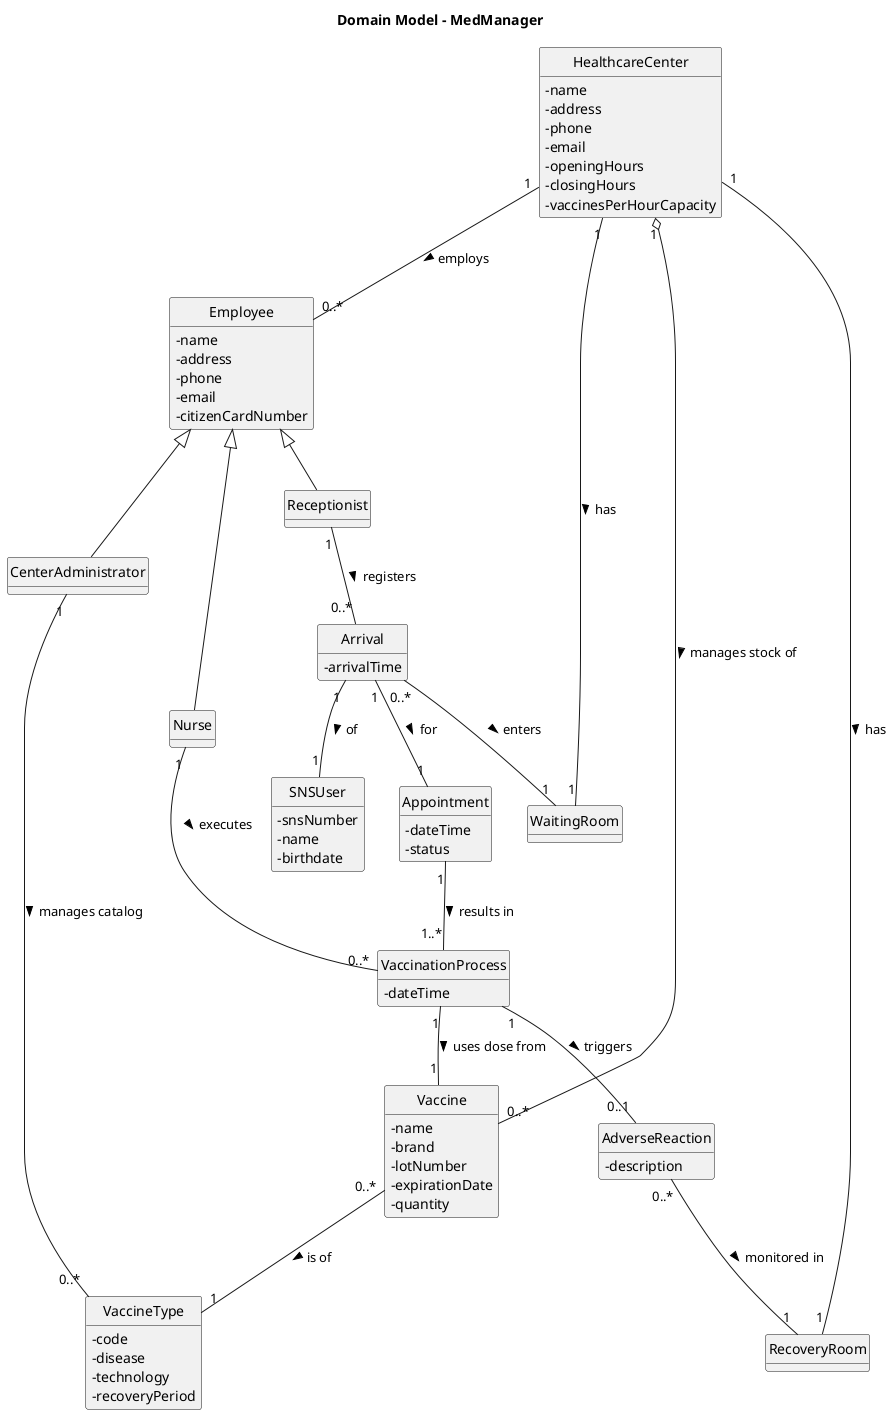
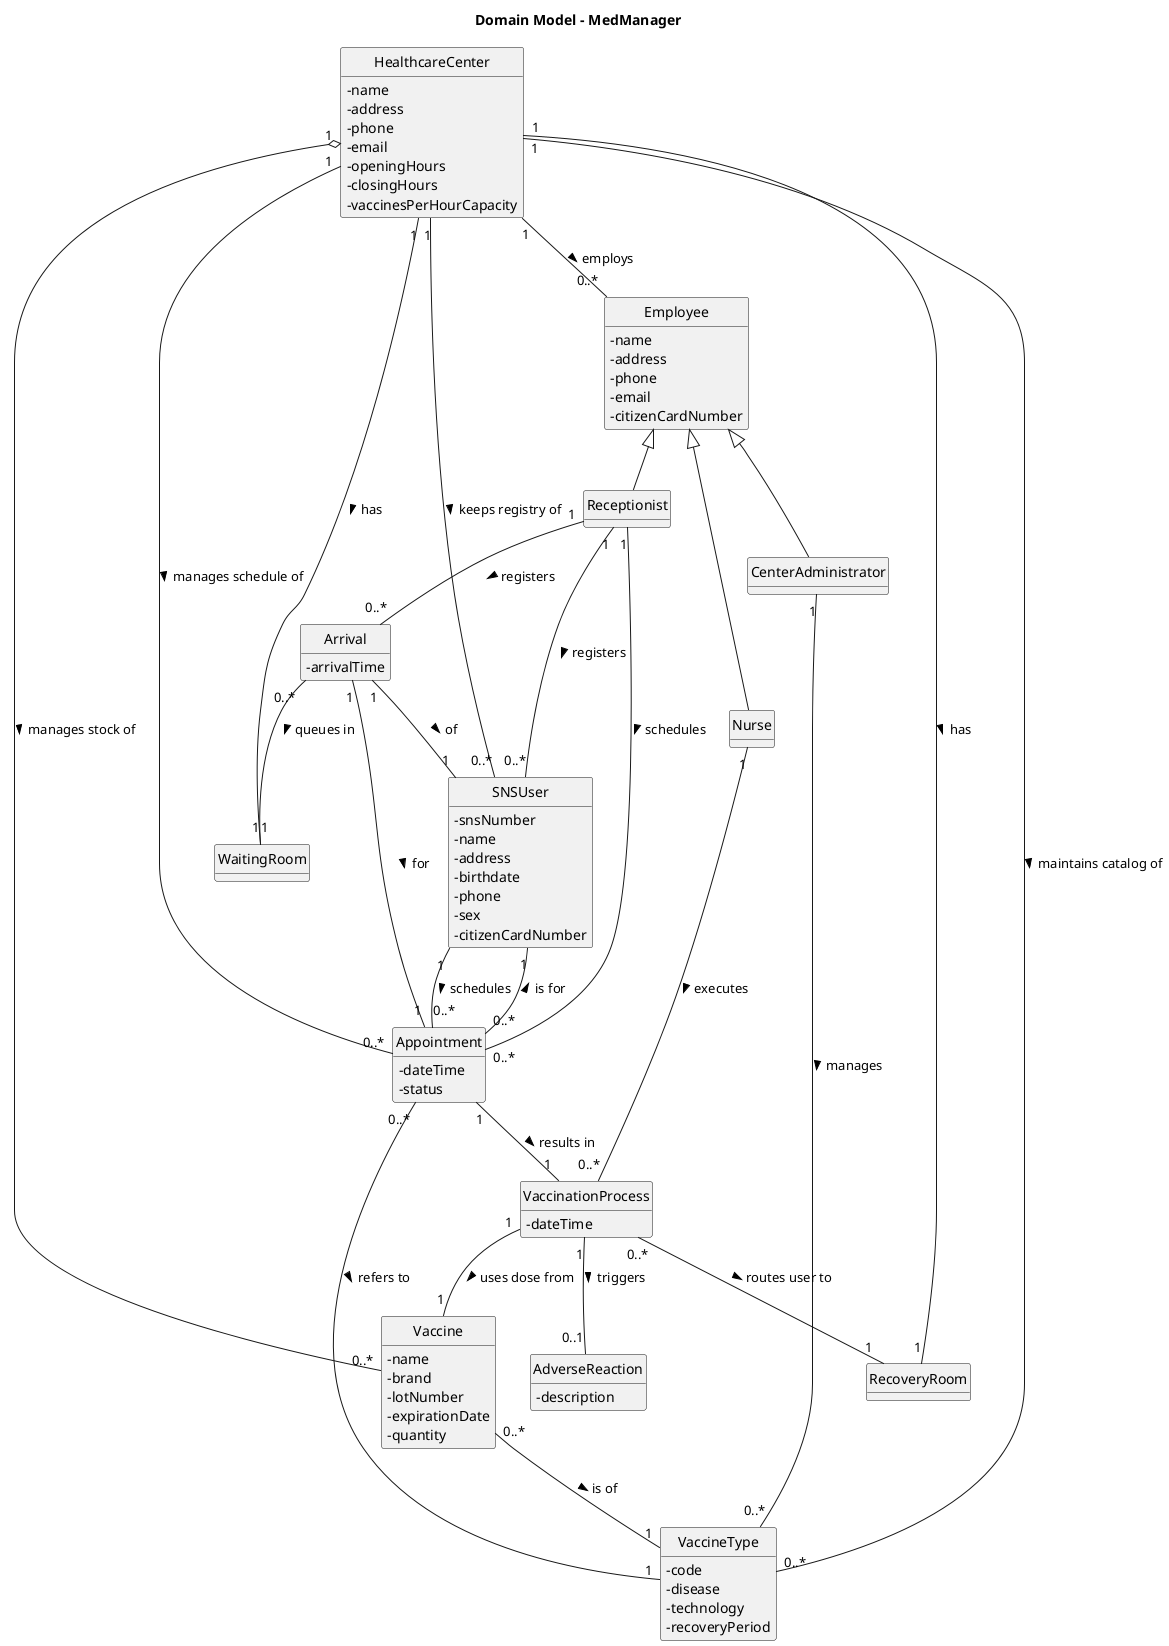
@startuml DM_MedManager_Final_Refined
title Domain Model - MedManager
skinparam classAttributeIconSize 0
hide circle
hide methods
top to bottom direction

class Employee {
    - name
    - address
    - phone
    - email
    - citizenCardNumber
}

class CenterAdministrator extends Employee
class Nurse extends Employee
class Receptionist extends Employee

class HealthcareCenter {
    - name
    - address
    - phone
    - email
    - openingHours
    - closingHours
    - vaccinesPerHourCapacity
}

class WaitingRoom
class RecoveryRoom

class SNSUser {
    - snsNumber
    - name
+     - address
    - birthdate
+     - phone
+     - sex
+     - citizenCardNumber
}

class Appointment {
    - dateTime
    - status
}

class Arrival {
    - arrivalTime
}

class AdverseReaction {
    - description
}

class VaccinationProcess {
    - dateTime
}

class Vaccine {
    - name
    - brand
    - lotNumber
    - expirationDate
    - quantity
}

class VaccineType {
    - code
    - disease
    - technology
    - recoveryPeriod
}

' --- RELATIONS ---
- 
HealthcareCenter "1" -- "1" WaitingRoom : has >
HealthcareCenter "1" -- "1" RecoveryRoom : has >
HealthcareCenter "1" -- "0..*" Employee : employs >
HealthcareCenter "1" o-- "0..*" Vaccine : manages stock of >
+ HealthcareCenter "1" -- "0..*" VaccineType : maintains catalog of >
+ HealthcareCenter "1" -- "0..*" SNSUser : keeps registry of >
+ HealthcareCenter "1" -- "0..*" Appointment : manages schedule of >

- CenterAdministrator "1" -- "0..*" VaccineType : manages catalog >
+ CenterAdministrator "1" -- "0..*" VaccineType : manages >
+ 
+ Receptionist "1" -- "0..*" SNSUser : registers >
+ Receptionist "1" -- "0..*" Appointment : schedules >
+ SNSUser "1" -- "0..*" Appointment : schedules >
+ 
+ Appointment "0..*" -- "1" SNSUser : is for >
+ Appointment "0..*" -- "1" VaccineType : refers to >

Receptionist "1" -- "0..*" Arrival : registers >
- Arrival "0..*" -- "1" WaitingRoom : enters >
Arrival "1" -- "1" SNSUser : of >
Arrival "1" -- "1" Appointment : for >
+ Arrival "0..*" -- "1" WaitingRoom : queues in >

Nurse "1" -- "0..*" VaccinationProcess : executes >
- Appointment "1" -- "1..*" VaccinationProcess : results in >
+ Appointment "1" -- "1" VaccinationProcess : results in >
VaccinationProcess "1" -- "1" Vaccine : uses dose from >

VaccinationProcess "1" -- "0..1" AdverseReaction : triggers >
- AdverseReaction "0..*" -- "1" RecoveryRoom : monitored in >
+ VaccinationProcess "0..*" -- "1" RecoveryRoom : routes user to >

Vaccine "0..*" -- "1" VaccineType : is of >

@enduml